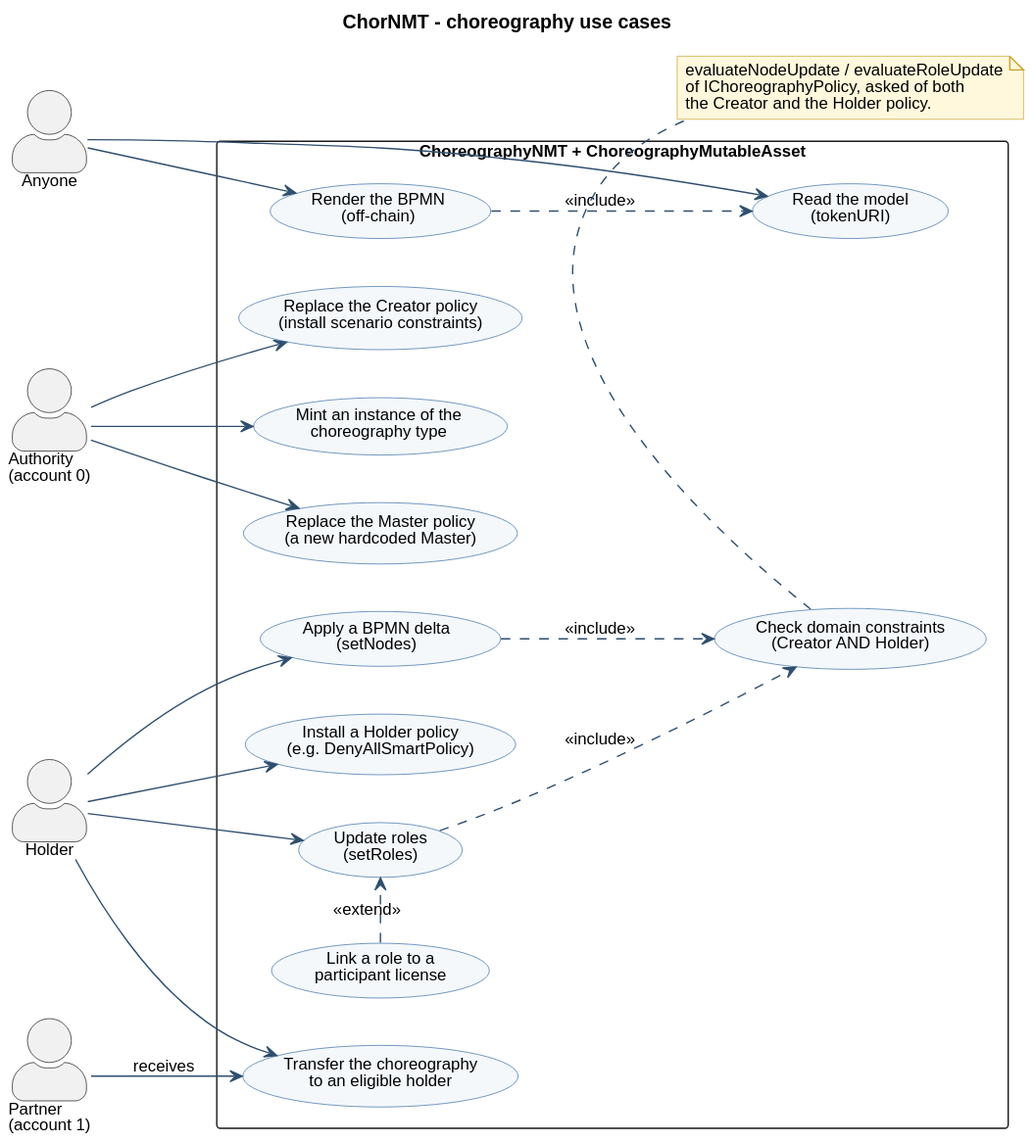
Before: docs/uml/use-case-choreography.svg, a diagram exported from PlantUML (d0na/ChorNMT).
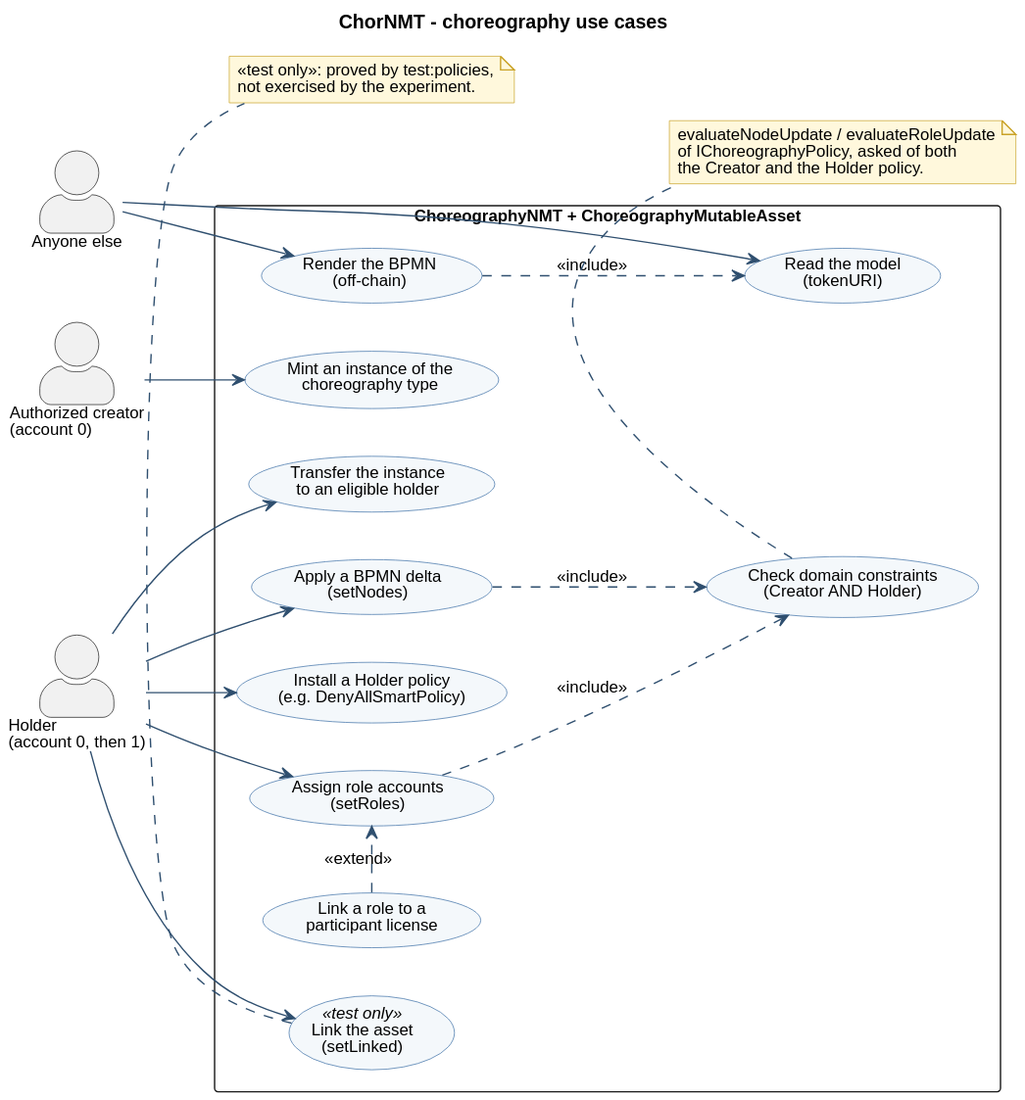
After the commit.

The edit, as a diff of the source:
```diff
@@ -2,47 +2,40 @@
 !include style.iuml
 title ChorNMT - choreography use cases
 left to right direction
-
-actor "Authority\n(account 0)" as Authority
-actor "Holder" as Holder
-actor "Partner\n(account 1)" as Partner
-actor "Anyone" as Anyone
-
+actor "Authorized creator\n(account 0)" as Creator
+actor "Holder\n(account 0, then 1)" as Holder
+actor "Anyone else" as Anyone
 rectangle "ChoreographyNMT + ChoreographyMutableAsset" {
   usecase "Mint an instance of the\nchoreography type" as UC_Mint
-  usecase "Transfer the choreography\nto an eligible holder" as UC_Transfer
-  usecase "Replace the Master policy\n(a new hardcoded Master)" as UC_Master
-  usecase "Replace the Creator policy\n(install scenario constraints)" as UC_Creator
+  usecase "Transfer the instance\nto an eligible holder" as UC_Transfer
   usecase "Apply a BPMN delta\n(setNodes)" as UC_Nodes
-  usecase "Update roles\n(setRoles)" as UC_Roles
+  usecase "Assign role accounts\n(setRoles)" as UC_Roles
   usecase "Link a role to a\nparticipant license" as UC_Link
   usecase "Check domain constraints\n(Creator AND Holder)" as UC_Domain
   usecase "Install a Holder policy\n(e.g. DenyAllSmartPolicy)" as UC_Holder
+  usecase "Link the asset\n(setLinked)" as UC_Linked <<test only>>
   usecase "Read the model\n(tokenURI)" as UC_Read
   usecase "Render the BPMN\n(off-chain)" as UC_Render
 }
-
-Authority --> UC_Mint
-Authority --> UC_Master
-Authority --> UC_Creator
-
+Creator --> UC_Mint
 Holder --> UC_Nodes
 Holder --> UC_Roles
 Holder --> UC_Holder
 Holder --> UC_Transfer
+Holder --> UC_Linked
 UC_Link .> UC_Roles : <<extend>>
 UC_Nodes ..> UC_Domain : <<include>>
 UC_Roles ..> UC_Domain : <<include>>
-
-Partner --> UC_Transfer : receives
-
 Anyone --> UC_Read
 Anyone --> UC_Render
 UC_Render ..> UC_Read : <<include>>
-
 note bottom of UC_Domain
   evaluateNodeUpdate / evaluateRoleUpdate
   of IChoreographyPolicy, asked of both
   the Creator and the Holder policy.
 end note
+note bottom of UC_Linked
+  <<test only>>: proved by test:policies,
+  not exercised by the experiment.
+end note
 @enduml
```
